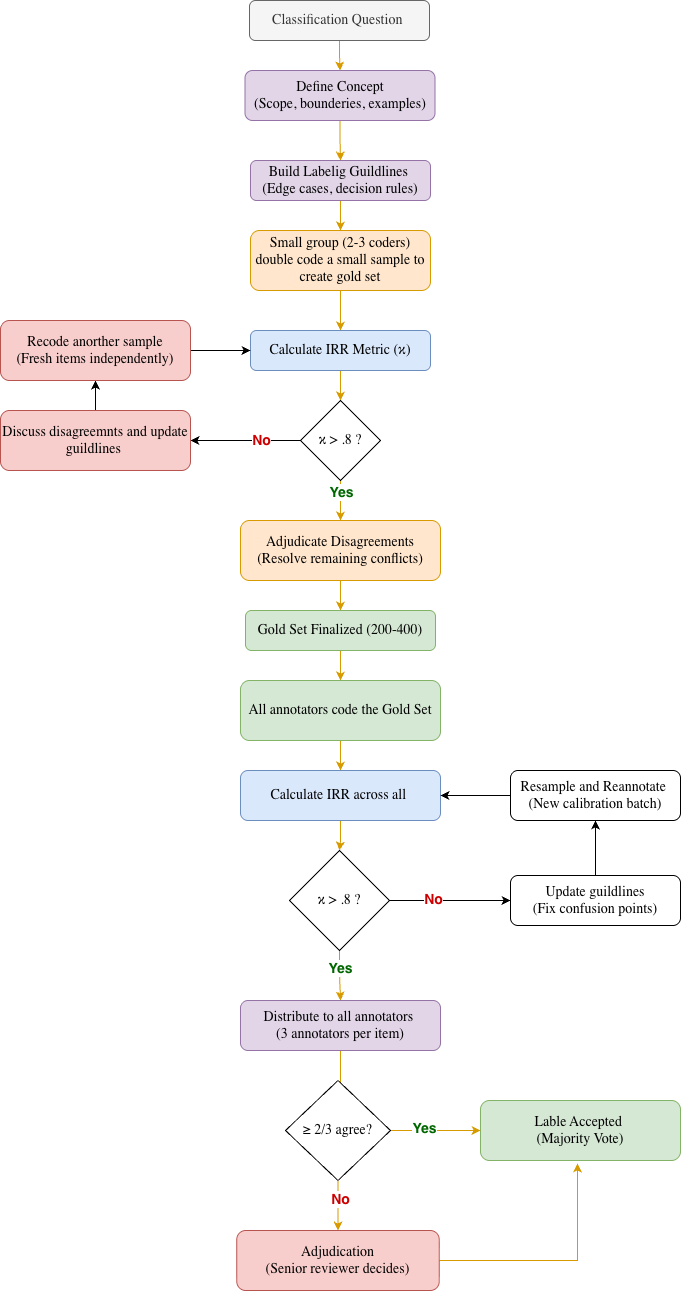
Earlier version of the draw.io export docs/labeling_workflow_drawio.png (pik-ecs/gami2-map). Source tidied: cells renumbered, new cells last; positions are measured from the earlier drawing's top-left corner, leaving out a move shared by most shapes.
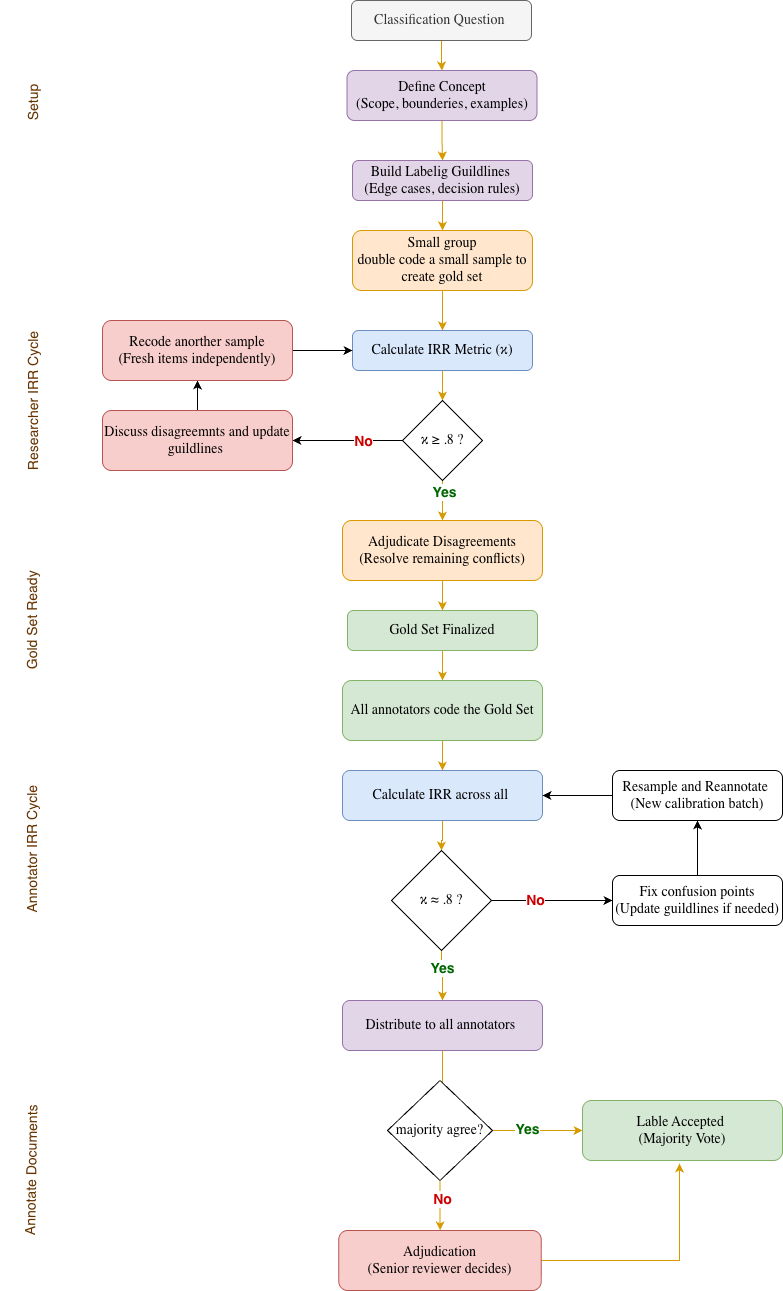
Above is the later version.

Commit message:
Add written instructions for labeling workflow.

What changed in the source:
```diff
@@ -2,24 +2,24 @@
   <root>
     <mxCell id="0" />
     <mxCell id="1" parent="0" />
-    <mxCell id="2" style="edgeStyle=orthogonalEdgeStyle;rounded=0;jettySize=auto;html=1;labelBackgroundColor=none;fontColor=default;strokeColor=#A8201A;" parent="1" edge="1" source="x">
+    <mxCell id="2" style="edgeStyle=orthogonalEdgeStyle;rounded=0;orthogonalLoop=1;jettySize=auto;html=1;labelBackgroundColor=none;fontColor=default;strokeColor=#A8201A;" parent="1" edge="1">
       <mxGeometry relative="1" as="geometry">
-        <mxPoint x="390.5" y="275" as="targetPoint" />
+        <mxPoint x="351.5" y="275" as="targetPoint" />
       </mxGeometry>
     </mxCell>
-    <mxCell id="3" style="edgeStyle=orthogonalEdgeStyle;rounded=0;jettySize=auto;html=1;labelBackgroundColor=none;fontColor=default;strokeColor=#A8201A;" parent="1" edge="1" source="x">
+    <mxCell id="3" style="edgeStyle=orthogonalEdgeStyle;rounded=0;orthogonalLoop=1;jettySize=auto;html=1;labelBackgroundColor=none;fontColor=default;strokeColor=#A8201A;" parent="1" edge="1">
       <mxGeometry relative="1" as="geometry">
-        <mxPoint x="208" y="275" as="targetPoint" />
+        <mxPoint x="169" y="275" as="targetPoint" />
       </mxGeometry>
     </mxCell>
-    <mxCell id="4" style="edgeStyle=orthogonalEdgeStyle;rounded=0;jettySize=auto;html=1;" parent="1" edge="1" target="x">
+    <mxCell id="4" style="edgeStyle=orthogonalEdgeStyle;rounded=0;orthogonalLoop=1;jettySize=auto;html=1;" parent="1" edge="1">
       <mxGeometry relative="1" as="geometry">
-        <mxPoint x="333" y="305" as="sourcePoint" />
+        <mxPoint x="294" y="305" as="sourcePoint" />
       </mxGeometry>
     </mxCell>
-    <mxCell id="5" style="edgeStyle=orthogonalEdgeStyle;rounded=0;jettySize=auto;html=1;" parent="1" edge="1" target="x">
+    <mxCell id="5" style="edgeStyle=orthogonalEdgeStyle;rounded=0;orthogonalLoop=1;jettySize=auto;html=1;" parent="1" edge="1">
       <mxGeometry relative="1" as="geometry">
-        <mxPoint x="333" y="445" as="sourcePoint" />
+        <mxPoint x="294" y="445" as="sourcePoint" />
       </mxGeometry>
     </mxCell>
     <mxCell id="6" style="edgeStyle=orthogonalEdgeStyle;rounded=0;jettySize=auto;html=1;fontFamily=Garamond;strokeColor=#d79b00;startSize=5;endArrow=classic;endFill=1;fillColor=#ffe6cc;strokeWidth=1;fontSize=14;" parent="1" edge="1" source="7" target="9">
@@ -43,7 +43,7 @@
     <mxCell id="12" style="edgeStyle=orthogonalEdgeStyle;rounded=0;jettySize=auto;html=1;fontFamily=Garamond;strokeColor=#d79b00;fillColor=#ffe6cc;strokeWidth=1;fontSize=14;" parent="1" edge="1" source="13" target="15">
       <mxGeometry relative="1" as="geometry" />
     </mxCell>
-    <mxCell id="13" value="Small group (2-3 coders) &lt;br&gt;double code a small sample to create gold set" style="rounded=1;whiteSpace=wrap;html=1;fontFamily=Garamond;strokeColor=#d79b00;fillColor=#ffe6cc;strokeWidth=1;fontSize=14;" parent="1" vertex="1">
+    <mxCell id="13" value="Small group&lt;br&gt;double code a small sample to create gold set" style="rounded=1;whiteSpace=wrap;html=1;fontFamily=Garamond;strokeColor=#d79b00;fillColor=#ffe6cc;strokeWidth=1;fontSize=14;" parent="1" vertex="1">
       <mxGeometry x="250" y="230" width="180" height="60" as="geometry" />
     </mxCell>
     <mxCell id="14" style="edgeStyle=orthogonalEdgeStyle;rounded=0;jettySize=auto;html=1;fontFamily=Garamond;strokeColor=#d79b00;fillColor=#ffe6cc;strokeWidth=1;fontSize=14;" parent="1" edge="1" source="15" target="20">
@@ -66,7 +66,7 @@
         <mxPoint x="23" y="1" as="offset" />
       </mxGeometry>
     </mxCell>
-    <mxCell id="20" value="&lt;span style=&quot;text-align: start;&quot;&gt;κ &amp;gt; .8 ?&lt;/span&gt;" style="strokeWidth=1;html=1;shape=mxgraph.flowchart.decision;whiteSpace=wrap;fontFamily=Garamond;fontSize=14;" parent="1" vertex="1">
+    <mxCell id="20" value="&lt;span style=&quot;text-align: start;&quot;&gt;κ&amp;nbsp;&lt;/span&gt;≥&lt;span style=&quot;text-align: start;&quot;&gt;&amp;nbsp;.8 ?&lt;/span&gt;" style="strokeWidth=1;html=1;shape=mxgraph.flowchart.decision;whiteSpace=wrap;fontFamily=Garamond;fontSize=14;" parent="1" vertex="1">
       <mxGeometry x="300" y="400" width="80" height="80" as="geometry" />
     </mxCell>
     <mxCell id="21" style="edgeStyle=orthogonalEdgeStyle;rounded=0;jettySize=auto;html=1;fontFamily=Garamond;strokeColor=#d79b00;fillColor=#ffe6cc;strokeWidth=1;fontSize=14;" parent="1" edge="1" source="22" target="24">
@@ -78,7 +78,7 @@
     <mxCell id="23" style="edgeStyle=orthogonalEdgeStyle;rounded=0;jettySize=auto;html=1;fontFamily=Garamond;strokeColor=#d79b00;fillColor=#ffe6cc;strokeWidth=1;fontSize=14;" parent="1" edge="1" source="24" target="30">
       <mxGeometry relative="1" as="geometry" />
     </mxCell>
-    <mxCell id="24" value="Gold Set Finalized (200-400)" style="rounded=1;whiteSpace=wrap;html=1;strokeWidth=1;fontFamily=Garamond;strokeColor=#82b366;fillColor=#d5e8d4;fontSize=14;" parent="1" vertex="1">
+    <mxCell id="24" value="Gold Set Finalized" style="rounded=1;whiteSpace=wrap;html=1;strokeWidth=1;fontFamily=Garamond;strokeColor=#82b366;fillColor=#d5e8d4;fontSize=14;" parent="1" vertex="1">
       <mxGeometry x="245" y="610" width="190" height="40" as="geometry" />
     </mxCell>
     <mxCell id="25" style="edgeStyle=orthogonalEdgeStyle;rounded=1;jettySize=auto;html=1;strokeWidth=1;fontFamily=Garamond;fontSize=14;" parent="1" edge="1" source="26" target="28">
@@ -117,7 +117,7 @@
     <mxCell id="36" value="No" style="edgeLabel;html=1;align=center;verticalAlign=middle;rounded=1;fontStyle=1;fontColor=#CC0000;fontSize=14;" parent="35" vertex="1">
       <mxGeometry x="-0.28" y="1" relative="1" as="geometry" />
     </mxCell>
-    <mxCell id="37" value="&lt;span style=&quot;text-align: start;&quot;&gt;κ &amp;gt; .8 ?&lt;/span&gt;" style="strokeWidth=1;html=1;shape=mxgraph.flowchart.decision;whiteSpace=wrap;fontFamily=Garamond;fontSize=14;" parent="1" vertex="1">
+    <mxCell id="37" value="&lt;span style=&quot;text-align: start;&quot;&gt;κ ≈ .8 ?&lt;/span&gt;" style="strokeWidth=1;html=1;shape=mxgraph.flowchart.decision;whiteSpace=wrap;fontFamily=Garamond;fontSize=14;" parent="1" vertex="1">
       <mxGeometry x="289" y="850" width="100" height="100" as="geometry" />
     </mxCell>
     <mxCell id="38" style="edgeStyle=orthogonalEdgeStyle;rounded=0;jettySize=auto;html=1;fontFamily=Garamond;strokeColor=#d79b00;fillColor=#ffe6cc;strokeWidth=1;fontSize=14;" parent="1" edge="1" source="39">
@@ -125,7 +125,7 @@
         <mxPoint x="340" y="1135" as="targetPoint" />
       </mxGeometry>
     </mxCell>
-    <mxCell id="39" value="Distribute to all annotators&amp;nbsp;&lt;div&gt;(3 annotators per item)&lt;/div&gt;" style="rounded=1;whiteSpace=wrap;html=1;strokeWidth=1;fontFamily=Garamond;strokeColor=#9673a6;fillColor=#e1d5e7;fontSize=14;" parent="1" vertex="1">
+    <mxCell id="39" value="Distribute to all annotators&amp;nbsp;" style="rounded=1;whiteSpace=wrap;html=1;strokeWidth=1;fontFamily=Garamond;strokeColor=#9673a6;fillColor=#e1d5e7;fontSize=14;" parent="1" vertex="1">
       <mxGeometry x="240" y="1000" width="200" height="50" as="geometry" />
     </mxCell>
     <mxCell id="40" value="Lable Accepted&amp;nbsp;&lt;br&gt;(Majority Vote)" style="rounded=1;whiteSpace=wrap;html=1;strokeWidth=1;fontFamily=Garamond;strokeColor=#82b366;fillColor=#d5e8d4;fontSize=14;" parent="1" vertex="1">
@@ -143,7 +143,7 @@
     <mxCell id="44" value="No" style="edgeLabel;html=1;align=center;verticalAlign=middle;rounded=1;fontColor=#CC0000;fontStyle=1;fontSize=14;" parent="43" vertex="1">
       <mxGeometry x="-0.28" y="2" relative="1" as="geometry" />
     </mxCell>
-    <mxCell id="45" value="&lt;div style=&quot;text-align: start;&quot;&gt;&lt;span style=&quot;white-space: nowrap; background-color: transparent; color: light-dark(rgb(0, 0, 0), rgb(255, 255, 255));&quot;&gt;≥&lt;/span&gt;&lt;span style=&quot;background-color: transparent; color: light-dark(rgb(0, 0, 0), rgb(255, 255, 255));&quot;&gt;&lt;font&gt;&amp;nbsp;2/3 agree?&lt;/font&gt;&lt;/span&gt;&lt;/div&gt;" style="strokeWidth=1;html=1;shape=mxgraph.flowchart.decision;whiteSpace=wrap;fontFamily=Garamond;fontSize=14;" parent="1" vertex="1">
+    <mxCell id="45" value="&lt;div style=&quot;text-align: start;&quot;&gt;&lt;span style=&quot;background-color: transparent; color: light-dark(rgb(0, 0, 0), rgb(255, 255, 255));&quot;&gt;&lt;font&gt;&lt;span style=&quot;text-wrap-mode: nowrap;&quot;&gt;majority&amp;nbsp;&lt;/span&gt;agree?&lt;/font&gt;&lt;/span&gt;&lt;/div&gt;" style="strokeWidth=1;html=1;shape=mxgraph.flowchart.decision;whiteSpace=wrap;fontFamily=Garamond;fontSize=14;" parent="1" vertex="1">
       <mxGeometry x="285" y="1080" width="105" height="100" as="geometry" />
     </mxCell>
     <mxCell id="46" style="edgeStyle=orthogonalEdgeStyle;rounded=0;jettySize=auto;html=1;entryX=0.485;entryY=1.05;entryDx=0;entryDy=0;entryPerimeter=0;fontFamily=Garamond;strokeColor=#d79b00;fillColor=#ffe6cc;strokeWidth=1;fontSize=14;" parent="1" edge="1" source="47" target="40">
@@ -155,7 +155,7 @@
     <mxCell id="48" style="edgeStyle=orthogonalEdgeStyle;rounded=1;jettySize=auto;html=1;strokeWidth=1;fontFamily=Garamond;fontSize=14;" parent="1" edge="1" source="49" target="51">
       <mxGeometry relative="1" as="geometry" />
     </mxCell>
-    <mxCell id="49" value="Update guildlines&lt;br&gt;(Fix confusion points)" style="rounded=1;whiteSpace=wrap;html=1;fontFamily=Garamond;strokeWidth=1;fontSize=14;" parent="1" vertex="1">
+    <mxCell id="49" value="Fix confusion points&lt;div&gt;(Update guildlines if needed)&lt;br&gt;&lt;/div&gt;" style="rounded=1;whiteSpace=wrap;html=1;fontFamily=Garamond;strokeWidth=1;fontSize=14;" parent="1" vertex="1">
       <mxGeometry x="510" y="875" width="170" height="50" as="geometry" />
     </mxCell>
     <mxCell id="50" style="edgeStyle=orthogonalEdgeStyle;rounded=1;jettySize=auto;html=1;strokeWidth=1;fontFamily=Garamond;fontSize=14;" parent="1" edge="1" source="51" target="32">
@@ -164,5 +164,20 @@
     <mxCell id="51" value="Resample and Reannotate&amp;nbsp;&lt;br&gt;(New calibration batch)" style="rounded=1;whiteSpace=wrap;html=1;fontFamily=Garamond;strokeWidth=1;fontSize=14;" parent="1" vertex="1">
       <mxGeometry x="510" y="770" width="170" height="50" as="geometry" />
     </mxCell>
+    <mxCell id="52" value="Setup&amp;nbsp;" style="whiteSpace=wrap;html=1;rotation=-90;fontSize=14;fontColor=light-dark(#663300,#EDEDED);strokeWidth=0;rounded=1;fillColor=none;strokeColor=none;" parent="1" vertex="1">
+      <mxGeometry x="-129" y="70" width="120" height="60" as="geometry" />
+    </mxCell>
+    <mxCell id="53" value="Researcher IRR Cycle" style="whiteSpace=wrap;html=1;rotation=-90;fontSize=14;fontColor=light-dark(#663300,#EDEDED);strokeWidth=0;rounded=1;fillColor=none;strokeColor=none;" parent="1" vertex="1">
+      <mxGeometry x="-143.7" y="370" width="149.5" height="60" as="geometry" />
+    </mxCell>
+    <mxCell id="54" value="Gold Set Ready" style="whiteSpace=wrap;html=1;rotation=-90;fontSize=14;fontColor=light-dark(#663300,#EDEDED);strokeWidth=0;rounded=1;fillColor=none;strokeColor=none;" parent="1" vertex="1">
+      <mxGeometry x="-144.5" y="590" width="149.5" height="60" as="geometry" />
+    </mxCell>
+    <mxCell id="55" value="Annotator IRR Cycle" style="whiteSpace=wrap;html=1;rotation=-90;fontSize=14;fontColor=light-dark(#663300,#EDEDED);strokeWidth=0;rounded=1;fillColor=none;strokeColor=none;" parent="1" vertex="1">
+      <mxGeometry x="-144.5" y="819" width="149.5" height="60" as="geometry" />
+    </mxCell>
+    <mxCell id="56" value="Annotate Documents" style="whiteSpace=wrap;html=1;rotation=-89;fontSize=14;fontColor=light-dark(#663300,#EDEDED);strokeWidth=0;rounded=1;fillColor=none;strokeColor=none;" parent="1" vertex="1">
+      <mxGeometry x="-145.5" y="1140" width="149.5" height="60" as="geometry" />
+    </mxCell>
   </root>
 </mxGraphModel>
```
